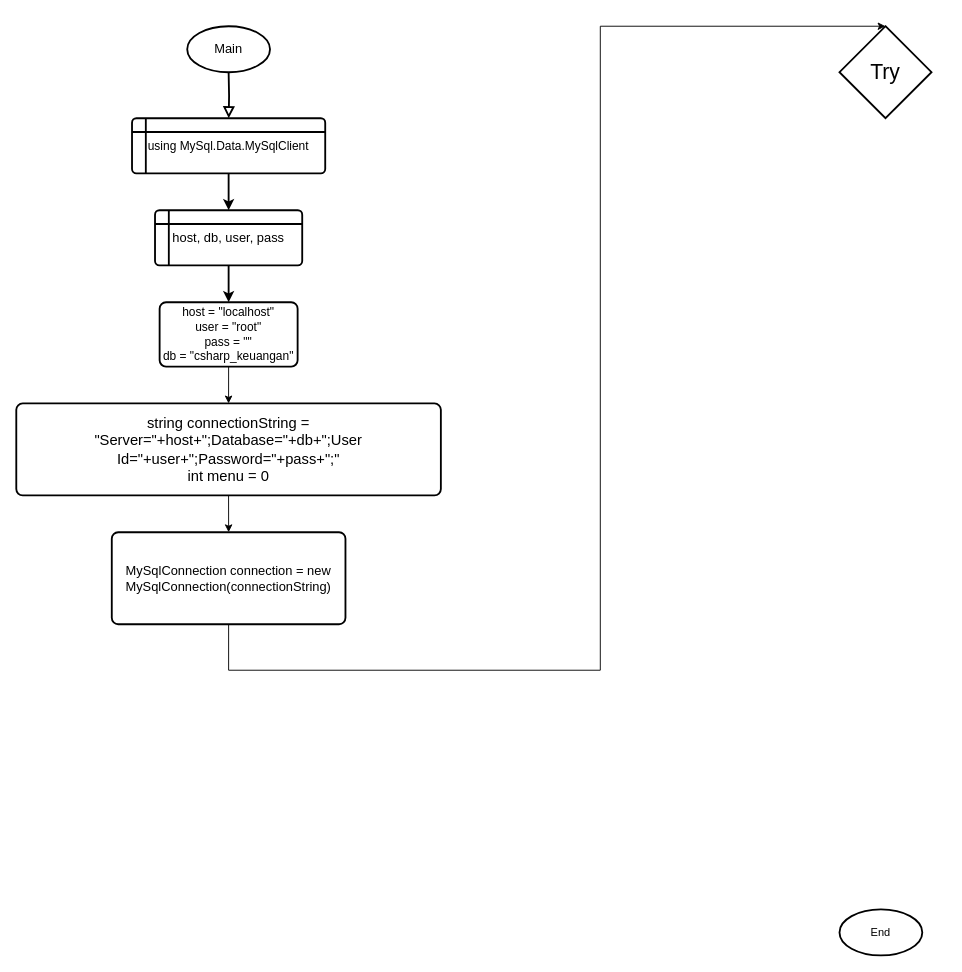
Earlier version of the draw.io diagram page "Page-1" (1 of 20) of Untitled Diagram.drawio (AdliXSec/FlowchartTubes). Source tidied: cells renumbered, new cells numbered last; positions are measured from the earlier drawing's top-left corner, leaving out a move shared by most shapes. Both pictures are drawn from the tidied source at 92%, with x=0, y=0 at pixel (16, 26).
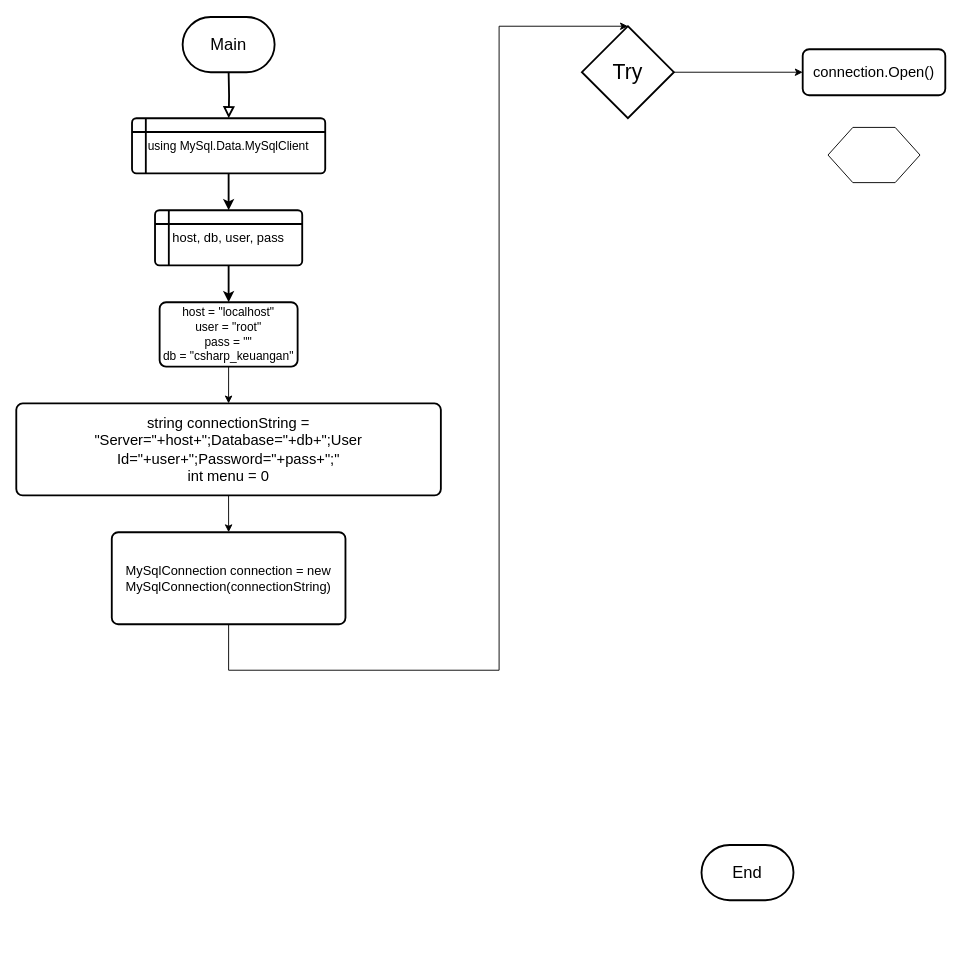
The same page after the edit.

Unchanged cells that the change refers to:
```xml
<mxCell id="10" value="&lt;font style=&quot;font-size: 14px;&quot;&gt;MySqlConnection connection = new MySqlConnection(connectionString)&lt;/font&gt;" style="rounded=1;whiteSpace=wrap;html=1;absoluteArcSize=1;arcSize=14;strokeWidth=2;" parent="1" vertex="1">
  <mxGeometry x="104" y="550" width="254" height="100" as="geometry" />
</mxCell>
```

Diff of the diagram source:
```diff
@@
-    <mxCell id="3" value="&lt;font style=&quot;font-size: 14px;&quot;&gt;Main&lt;/font&gt;" style="ellipse;whiteSpace=wrap;html=1;strokeWidth=2;" parent="1" vertex="1">
-      <mxGeometry x="186" width="90" height="50" as="geometry" />
-    </mxCell>
-    <mxCell id="4" value="End" style="ellipse;whiteSpace=wrap;html=1;strokeWidth=2;" parent="1" vertex="1">
-      <mxGeometry x="895" y="960" width="90" height="50" as="geometry" />
-    </mxCell>
@@
+    <mxCell id="16" style="edgeStyle=orthogonalEdgeStyle;rounded=0;jettySize=auto;html=1;exitX=1;exitY=0.5;exitDx=0;exitDy=0;exitPerimeter=0;entryX=0;entryY=0.5;entryDx=0;entryDy=0;" parent="1" edge="1" source="12" target="17">
+      <mxGeometry relative="1" as="geometry" />
+    </mxCell>
     <mxCell id="12" value="&lt;font style=&quot;font-size: 23px;&quot;&gt;Try&lt;/font&gt;" style="strokeWidth=2;html=1;shape=mxgraph.flowchart.decision;whiteSpace=wrap;" parent="1" vertex="1">
-      <mxGeometry x="895" width="100" height="100" as="geometry" />
+      <mxGeometry x="615" width="100" height="100" as="geometry" />
     </mxCell>
@@
     <mxCell id="14" style="endArrow=classic;html=1;rounded=0;exitX=0.5;exitY=1;exitDx=0;exitDy=0;entryX=0.5;entryY=0;entryDx=0;entryDy=0;entryPerimeter=0;" parent="1" edge="1" source="10" target="12">
       <mxGeometry relative="1" as="geometry">
         <Array as="points">
           <mxPoint x="231" y="700" />
-          <mxPoint x="635" y="700" />
-          <mxPoint x="635" />
+          <mxPoint x="525" y="700" />
+          <mxPoint x="525" />
         </Array>
       </mxGeometry>
     </mxCell>
@@
+    <mxCell id="3" value="&lt;font style=&quot;font-size: 18px;&quot;&gt;Main&lt;/font&gt;" style="strokeWidth=2;html=1;shape=mxgraph.flowchart.terminator;whiteSpace=wrap;" parent="1" vertex="1">
+      <mxGeometry x="181" y="-10" width="100" height="60" as="geometry" />
+    </mxCell>
+    <mxCell id="4" value="&lt;font style=&quot;font-size: 18px;&quot;&gt;End&lt;/font&gt;" style="strokeWidth=2;html=1;shape=mxgraph.flowchart.terminator;whiteSpace=wrap;" parent="1" vertex="1">
+      <mxGeometry x="745" y="890" width="100" height="60" as="geometry" />
+    </mxCell>
+    <mxCell id="17" value="&lt;font style=&quot;font-size: 16px;&quot;&gt;connection.Open()&lt;/font&gt;" style="rounded=1;whiteSpace=wrap;html=1;absoluteArcSize=1;arcSize=14;strokeWidth=2;" parent="1" vertex="1">
+      <mxGeometry x="855" y="25" width="155" height="50" as="geometry" />
+    </mxCell>
+    <mxCell id="18" style="verticalLabelPosition=bottom;verticalAlign=top;html=1;shape=hexagon;perimeter=hexagonPerimeter2;arcSize=6;size=0.27;" parent="1" vertex="1">
+      <mxGeometry x="882.5" y="110" width="100" height="60" as="geometry" />
+    </mxCell>
```
